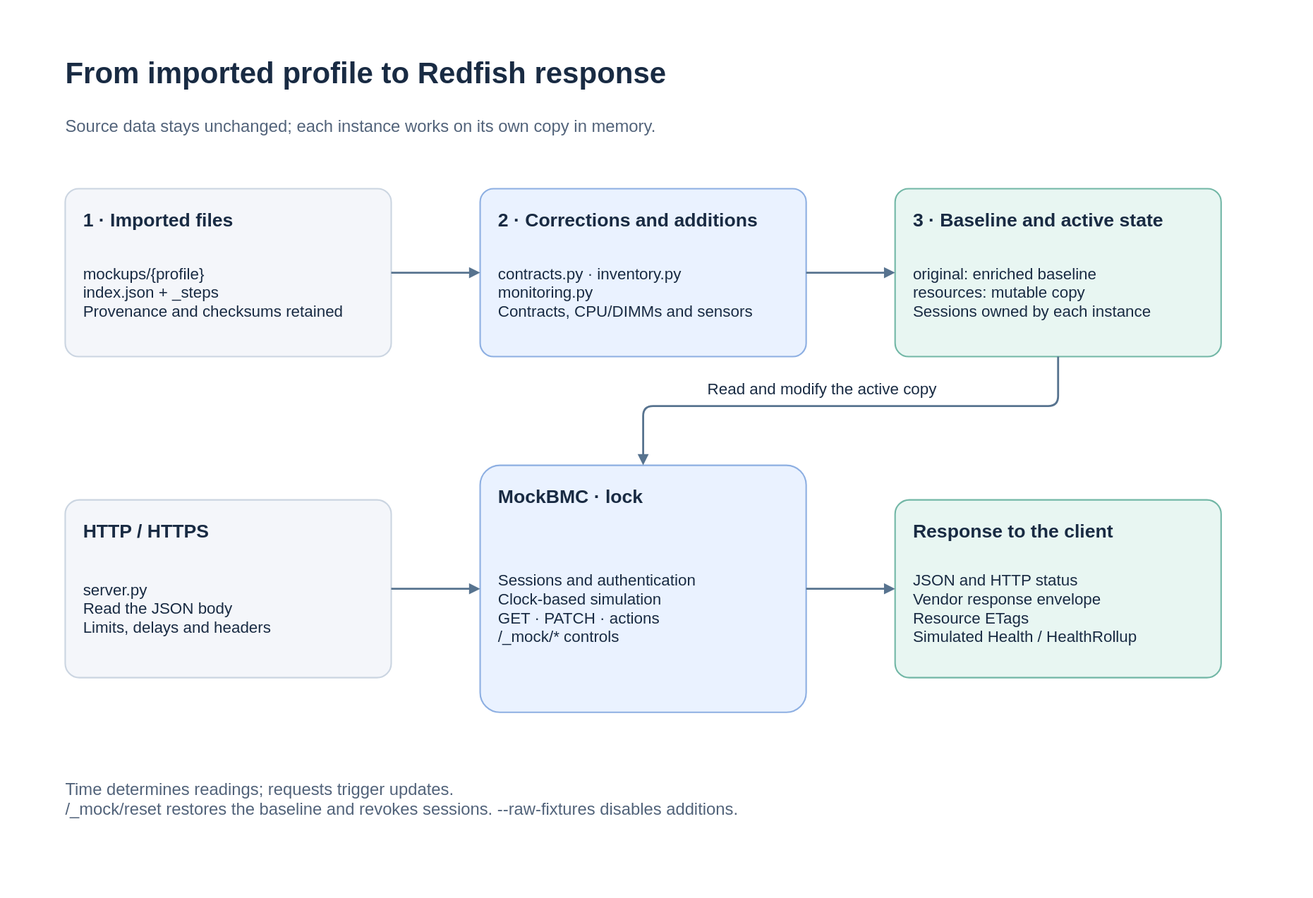
This is docs/assets/architecture.svg from thomas-illiet/RedfishServer, a draw.io export, as it was before one commit. Source tidied: cells renumbered, new cells last; positions are measured from the earlier drawing's top-left corner, leaving out a move shared by most shapes. Source of this version:
```xml
<mxGraphModel background="#FFFFFF">
  <root>
    <mxCell id="0" />
    <mxCell id="1" parent="0" />
    <mxCell id="2" style="rounded=1;arcSize=8;html=0;whiteSpace=wrap;fillColor=#FFFFFF;strokeColor=none;" parent="1" vertex="1">
      <mxGeometry width="1280" height="860" as="geometry" />
    </mxCell>
    <mxCell id="3" value="From imported profile to Redfish response" style="text;html=0;whiteSpace=nowrap;overflow=visible;fillColor=none;strokeColor=none;align=left;verticalAlign=middle;fontFamily=Arial;fontSize=30;fontColor=#192B43;fontStyle=1;spacing=0;" parent="1" vertex="1">
      <mxGeometry x="50" y="30" width="1180" height="48" as="geometry" />
    </mxCell>
    <mxCell id="4" value="Source data stays unchanged; each instance works on its own copy in memory." style="text;html=0;whiteSpace=nowrap;overflow=visible;fillColor=none;strokeColor=none;align=left;verticalAlign=middle;fontFamily=Arial;fontSize=17;fontColor=#52637A;fontStyle=0;spacing=0;" parent="1" vertex="1">
      <mxGeometry x="50" y="86" width="1180" height="48" as="geometry" />
    </mxCell>
    <mxCell id="5" style="rounded=1;arcSize=8;html=0;whiteSpace=wrap;fillColor=#F4F6FA;strokeColor=#CBD5E1;strokeWidth=1.5;" parent="1" vertex="1">
      <mxGeometry x="50" y="175" width="330" height="170" as="geometry" />
    </mxCell>
    <mxCell id="6" value="1 · Imported files" style="text;html=0;whiteSpace=nowrap;overflow=visible;fillColor=none;strokeColor=none;align=left;verticalAlign=middle;fontFamily=Arial;fontSize=19;fontColor=#192B43;fontStyle=1;spacing=0;" parent="5" vertex="1">
      <mxGeometry x="18" y="12" width="294" height="35" as="geometry" />
    </mxCell>
    <mxCell id="7" value="mockups/{profile}&#10;index.json + _steps&#10;Provenance and checksums retained" style="text;html=0;whiteSpace=nowrap;overflow=visible;fillColor=none;strokeColor=none;align=left;verticalAlign=middle;fontFamily=Arial;fontSize=16;fontColor=#192B43;fontStyle=0;spacing=0;" parent="5" vertex="1">
      <mxGeometry x="18" y="49" width="294" height="109" as="geometry" />
    </mxCell>
    <mxCell id="8" style="rounded=1;arcSize=8;html=0;whiteSpace=wrap;fillColor=#EAF2FF;strokeColor=#8DAFE2;strokeWidth=1.5;" parent="1" vertex="1">
      <mxGeometry x="470" y="175" width="330" height="170" as="geometry" />
    </mxCell>
    <mxCell id="9" value="2 · Corrections and additions" style="text;html=0;whiteSpace=nowrap;overflow=visible;fillColor=none;strokeColor=none;align=left;verticalAlign=middle;fontFamily=Arial;fontSize=19;fontColor=#192B43;fontStyle=1;spacing=0;" parent="8" vertex="1">
      <mxGeometry x="18" y="12" width="294" height="35" as="geometry" />
    </mxCell>
    <mxCell id="10" value="contracts.py · inventory.py&#10;monitoring.py&#10;Contracts, CPU/DIMMs and sensors" style="text;html=0;whiteSpace=nowrap;overflow=visible;fillColor=none;strokeColor=none;align=left;verticalAlign=middle;fontFamily=Arial;fontSize=16;fontColor=#192B43;fontStyle=0;spacing=0;" parent="8" vertex="1">
      <mxGeometry x="18" y="49" width="294" height="109" as="geometry" />
    </mxCell>
    <mxCell id="11" style="rounded=1;arcSize=8;html=0;whiteSpace=wrap;fillColor=#E8F6F2;strokeColor=#72B7A6;strokeWidth=1.5;" parent="1" vertex="1">
      <mxGeometry x="890" y="175" width="330" height="170" as="geometry" />
    </mxCell>
    <mxCell id="12" value="3 · Baseline and active state" style="text;html=0;whiteSpace=nowrap;overflow=visible;fillColor=none;strokeColor=none;align=left;verticalAlign=middle;fontFamily=Arial;fontSize=19;fontColor=#192B43;fontStyle=1;spacing=0;" parent="11" vertex="1">
      <mxGeometry x="18" y="12" width="294" height="35" as="geometry" />
    </mxCell>
    <mxCell id="13" value="original: enriched baseline&#10;resources: mutable copy&#10;Sessions owned by each instance" style="text;html=0;whiteSpace=nowrap;overflow=visible;fillColor=none;strokeColor=none;align=left;verticalAlign=middle;fontFamily=Arial;fontSize=16;fontColor=#192B43;fontStyle=0;spacing=0;" parent="11" vertex="1">
      <mxGeometry x="18" y="49" width="294" height="109" as="geometry" />
    </mxCell>
    <mxCell id="14" style="edgeStyle=orthogonalEdgeStyle;rounded=1;jettySize=auto;html=0;endArrow=block;endFill=1;strokeColor=#57738F;strokeWidth=2;fontFamily=Arial;fontSize=14;fontColor=#425A74;labelBackgroundColor=#FFFFFF;exitX=1;exitY=0.5;exitDx=0;exitDy=0;entryX=0;entryY=0.5;entryDx=0;entryDy=0;" parent="1" edge="1" source="5" target="8">
      <mxGeometry relative="1" as="geometry" />
    </mxCell>
    <mxCell id="15" style="edgeStyle=orthogonalEdgeStyle;rounded=1;jettySize=auto;html=0;endArrow=block;endFill=1;strokeColor=#57738F;strokeWidth=2;fontFamily=Arial;fontSize=14;fontColor=#425A74;labelBackgroundColor=#FFFFFF;exitX=1;exitY=0.5;exitDx=0;exitDy=0;entryX=0;entryY=0.5;entryDx=0;entryDy=0;" parent="1" edge="1" source="8" target="11">
      <mxGeometry relative="1" as="geometry" />
    </mxCell>
    <mxCell id="16" style="rounded=1;arcSize=8;html=0;whiteSpace=wrap;fillColor=#F4F6FA;strokeColor=#CBD5E1;strokeWidth=1.5;" parent="1" vertex="1">
      <mxGeometry x="50" y="490" width="330" height="180" as="geometry" />
    </mxCell>
    <mxCell id="17" value="HTTP / HTTPS" style="text;html=0;whiteSpace=nowrap;overflow=visible;fillColor=none;strokeColor=none;align=left;verticalAlign=middle;fontFamily=Arial;fontSize=19;fontColor=#192B43;fontStyle=1;spacing=0;" parent="16" vertex="1">
      <mxGeometry x="18" y="12" width="294" height="35" as="geometry" />
    </mxCell>
    <mxCell id="18" value="server.py&#10;Read the JSON body&#10;Limits, delays and headers" style="text;html=0;whiteSpace=nowrap;overflow=visible;fillColor=none;strokeColor=none;align=left;verticalAlign=middle;fontFamily=Arial;fontSize=16;fontColor=#192B43;fontStyle=0;spacing=0;" parent="16" vertex="1">
      <mxGeometry x="18" y="49" width="294" height="119" as="geometry" />
    </mxCell>
    <mxCell id="19" style="rounded=1;arcSize=8;html=0;whiteSpace=wrap;fillColor=#EAF2FF;strokeColor=#8DAFE2;strokeWidth=1.5;" parent="1" vertex="1">
      <mxGeometry x="470" y="455" width="330" height="250" as="geometry" />
    </mxCell>
    <mxCell id="20" value="MockBMC · lock" style="text;html=0;whiteSpace=nowrap;overflow=visible;fillColor=none;strokeColor=none;align=left;verticalAlign=middle;fontFamily=Arial;fontSize=19;fontColor=#192B43;fontStyle=1;spacing=0;" parent="19" vertex="1">
      <mxGeometry x="18" y="12" width="294" height="35" as="geometry" />
    </mxCell>
    <mxCell id="21" value="Sessions and authentication&#10;Clock-based simulation&#10;GET · PATCH · actions&#10;/_mock/* controls" style="text;html=0;whiteSpace=nowrap;overflow=visible;fillColor=none;strokeColor=none;align=left;verticalAlign=middle;fontFamily=Arial;fontSize=16;fontColor=#192B43;fontStyle=0;spacing=0;" parent="19" vertex="1">
      <mxGeometry x="18" y="49" width="294" height="189" as="geometry" />
    </mxCell>
    <mxCell id="22" style="rounded=1;arcSize=8;html=0;whiteSpace=wrap;fillColor=#E8F6F2;strokeColor=#72B7A6;strokeWidth=1.5;" parent="1" vertex="1">
      <mxGeometry x="890" y="490" width="330" height="180" as="geometry" />
    </mxCell>
    <mxCell id="23" value="Response to the client" style="text;html=0;whiteSpace=nowrap;overflow=visible;fillColor=none;strokeColor=none;align=left;verticalAlign=middle;fontFamily=Arial;fontSize=19;fontColor=#192B43;fontStyle=1;spacing=0;" parent="22" vertex="1">
      <mxGeometry x="18" y="12" width="294" height="35" as="geometry" />
    </mxCell>
    <mxCell id="24" value="JSON and HTTP status&#10;Vendor response envelope&#10;Resource ETags&#10;Simulated Health / HealthRollup" style="text;html=0;whiteSpace=nowrap;overflow=visible;fillColor=none;strokeColor=none;align=left;verticalAlign=middle;fontFamily=Arial;fontSize=16;fontColor=#192B43;fontStyle=0;spacing=0;" parent="22" vertex="1">
      <mxGeometry x="18" y="49" width="294" height="119" as="geometry" />
    </mxCell>
    <mxCell id="25" style="edgeStyle=orthogonalEdgeStyle;rounded=1;jettySize=auto;html=0;endArrow=block;endFill=1;strokeColor=#57738F;strokeWidth=2;fontFamily=Arial;fontSize=14;fontColor=#425A74;labelBackgroundColor=#FFFFFF;exitX=1;exitY=0.5;exitDx=0;exitDy=0;entryX=0;entryY=0.5;entryDx=0;entryDy=0;" parent="1" edge="1" source="16" target="19">
      <mxGeometry relative="1" as="geometry" />
    </mxCell>
    <mxCell id="26" style="edgeStyle=orthogonalEdgeStyle;rounded=1;jettySize=auto;html=0;endArrow=block;endFill=1;strokeColor=#57738F;strokeWidth=2;fontFamily=Arial;fontSize=14;fontColor=#425A74;labelBackgroundColor=#FFFFFF;exitX=1;exitY=0.5;exitDx=0;exitDy=0;entryX=0;entryY=0.5;entryDx=0;entryDy=0;" parent="1" edge="1" source="19" target="22">
      <mxGeometry relative="1" as="geometry" />
    </mxCell>
    <mxCell id="27" style="edgeStyle=orthogonalEdgeStyle;rounded=1;jettySize=auto;html=0;endArrow=block;endFill=1;strokeColor=#57738F;strokeWidth=2;fontFamily=Arial;fontSize=14;fontColor=#425A74;labelBackgroundColor=#FFFFFF;exitX=0.5;exitY=1;exitDx=0;exitDy=0;entryX=0.5;entryY=0;entryDx=0;entryDy=0;" parent="1" edge="1" source="11" target="19">
      <mxGeometry relative="1" as="geometry">
        <Array as="points">
          <mxPoint x="1055" y="395" />
          <mxPoint x="635" y="395" />
        </Array>
      </mxGeometry>
    </mxCell>
    <mxCell id="28" value="Read and modify the active copy" style="text;html=0;whiteSpace=nowrap;overflow=visible;fillColor=none;strokeColor=none;align=left;verticalAlign=middle;fontFamily=Arial;fontSize=16;fontColor=#192B43;fontStyle=0;spacing=0;" parent="1" vertex="1">
      <mxGeometry x="700" y="362" width="500" height="28" as="geometry" />
    </mxCell>
    <mxCell id="29" value="Time determines readings; requests trigger updates.&#10;/_mock/reset restores the baseline and revokes sessions. --raw-fixtures disables additions." style="text;html=0;whiteSpace=nowrap;overflow=visible;fillColor=none;strokeColor=none;align=left;verticalAlign=middle;fontFamily=Arial;fontSize=17;fontColor=#52637A;fontStyle=0;spacing=0;" parent="1" vertex="1">
      <mxGeometry x="50" y="760" width="1180" height="62" as="geometry" />
    </mxCell>
  </root>
</mxGraphModel>
```
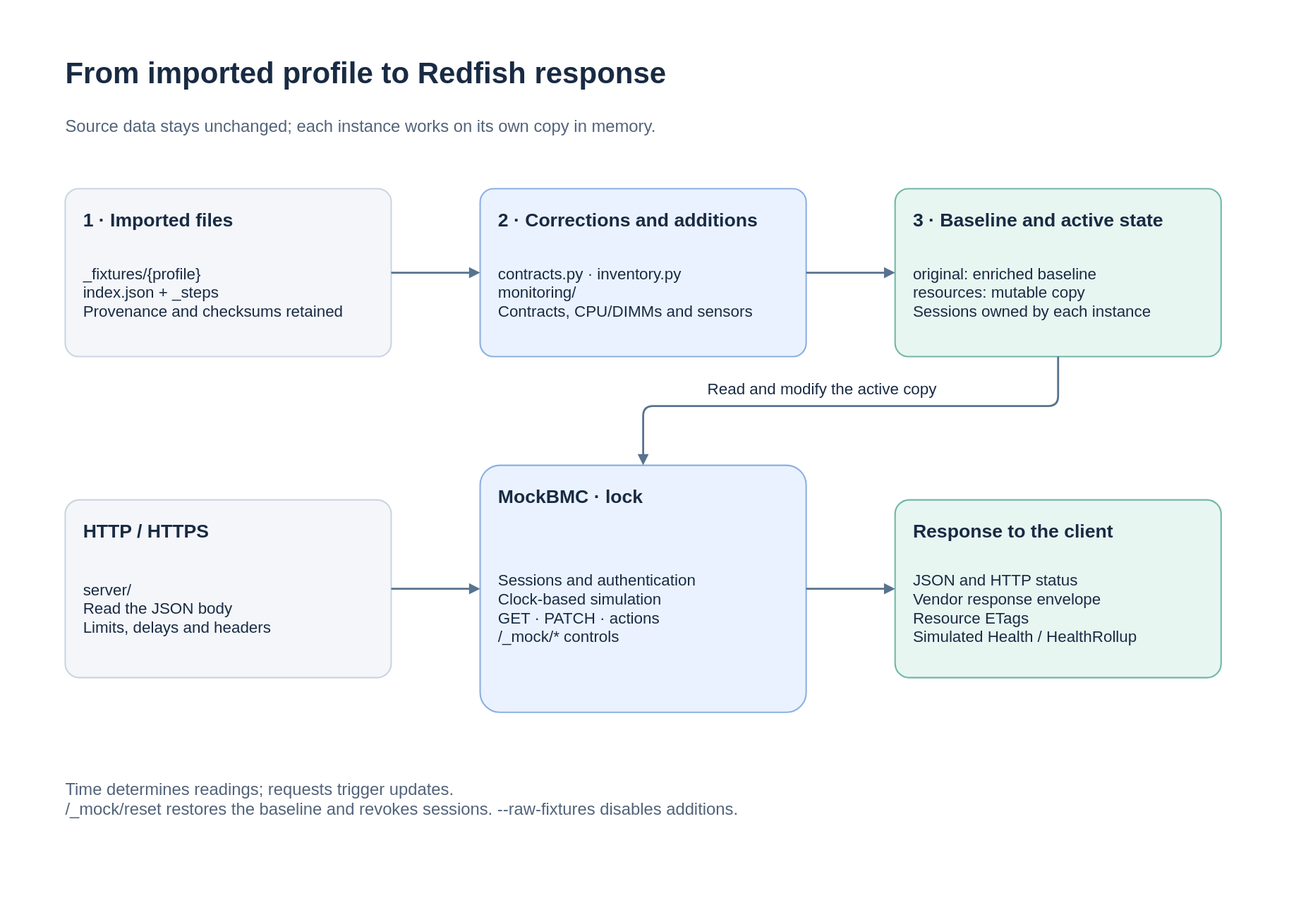
Above is the later version.

Diff of the diagram source:
```diff
@@ -17,7 +17,7 @@
     <mxCell id="6" value="1 · Imported files" style="text;html=0;whiteSpace=nowrap;overflow=visible;fillColor=none;strokeColor=none;align=left;verticalAlign=middle;fontFamily=Arial;fontSize=19;fontColor=#192B43;fontStyle=1;spacing=0;" parent="5" vertex="1">
       <mxGeometry x="18" y="12" width="294" height="35" as="geometry" />
     </mxCell>
-    <mxCell id="7" value="mockups/{profile}&#10;index.json + _steps&#10;Provenance and checksums retained" style="text;html=0;whiteSpace=nowrap;overflow=visible;fillColor=none;strokeColor=none;align=left;verticalAlign=middle;fontFamily=Arial;fontSize=16;fontColor=#192B43;fontStyle=0;spacing=0;" parent="5" vertex="1">
+    <mxCell id="7" value="_fixtures/{profile}&#10;index.json + _steps&#10;Provenance and checksums retained" style="text;html=0;whiteSpace=nowrap;overflow=visible;fillColor=none;strokeColor=none;align=left;verticalAlign=middle;fontFamily=Arial;fontSize=16;fontColor=#192B43;fontStyle=0;spacing=0;" parent="5" vertex="1">
       <mxGeometry x="18" y="49" width="294" height="109" as="geometry" />
     </mxCell>
     <mxCell id="8" style="rounded=1;arcSize=8;html=0;whiteSpace=wrap;fillColor=#EAF2FF;strokeColor=#8DAFE2;strokeWidth=1.5;" parent="1" vertex="1">
@@ -26,7 +26,7 @@
     <mxCell id="9" value="2 · Corrections and additions" style="text;html=0;whiteSpace=nowrap;overflow=visible;fillColor=none;strokeColor=none;align=left;verticalAlign=middle;fontFamily=Arial;fontSize=19;fontColor=#192B43;fontStyle=1;spacing=0;" parent="8" vertex="1">
       <mxGeometry x="18" y="12" width="294" height="35" as="geometry" />
     </mxCell>
-    <mxCell id="10" value="contracts.py · inventory.py&#10;monitoring.py&#10;Contracts, CPU/DIMMs and sensors" style="text;html=0;whiteSpace=nowrap;overflow=visible;fillColor=none;strokeColor=none;align=left;verticalAlign=middle;fontFamily=Arial;fontSize=16;fontColor=#192B43;fontStyle=0;spacing=0;" parent="8" vertex="1">
+    <mxCell id="10" value="contracts.py · inventory.py&#10;monitoring/&#10;Contracts, CPU/DIMMs and sensors" style="text;html=0;whiteSpace=nowrap;overflow=visible;fillColor=none;strokeColor=none;align=left;verticalAlign=middle;fontFamily=Arial;fontSize=16;fontColor=#192B43;fontStyle=0;spacing=0;" parent="8" vertex="1">
       <mxGeometry x="18" y="49" width="294" height="109" as="geometry" />
     </mxCell>
     <mxCell id="11" style="rounded=1;arcSize=8;html=0;whiteSpace=wrap;fillColor=#E8F6F2;strokeColor=#72B7A6;strokeWidth=1.5;" parent="1" vertex="1">
@@ -50,7 +50,7 @@
     <mxCell id="17" value="HTTP / HTTPS" style="text;html=0;whiteSpace=nowrap;overflow=visible;fillColor=none;strokeColor=none;align=left;verticalAlign=middle;fontFamily=Arial;fontSize=19;fontColor=#192B43;fontStyle=1;spacing=0;" parent="16" vertex="1">
       <mxGeometry x="18" y="12" width="294" height="35" as="geometry" />
     </mxCell>
-    <mxCell id="18" value="server.py&#10;Read the JSON body&#10;Limits, delays and headers" style="text;html=0;whiteSpace=nowrap;overflow=visible;fillColor=none;strokeColor=none;align=left;verticalAlign=middle;fontFamily=Arial;fontSize=16;fontColor=#192B43;fontStyle=0;spacing=0;" parent="16" vertex="1">
+    <mxCell id="18" value="server/&#10;Read the JSON body&#10;Limits, delays and headers" style="text;html=0;whiteSpace=nowrap;overflow=visible;fillColor=none;strokeColor=none;align=left;verticalAlign=middle;fontFamily=Arial;fontSize=16;fontColor=#192B43;fontStyle=0;spacing=0;" parent="16" vertex="1">
       <mxGeometry x="18" y="49" width="294" height="119" as="geometry" />
     </mxCell>
     <mxCell id="19" style="rounded=1;arcSize=8;html=0;whiteSpace=wrap;fillColor=#EAF2FF;strokeColor=#8DAFE2;strokeWidth=1.5;" parent="1" vertex="1">
```
